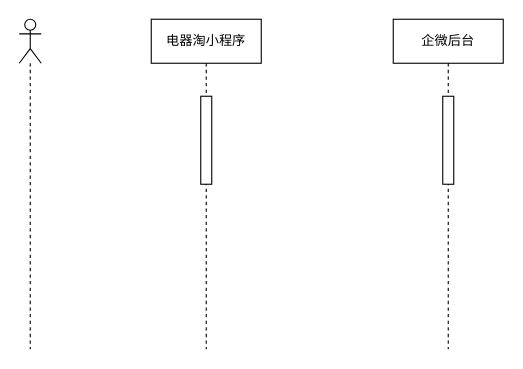
Earlier version of the draw.io diagram 未命名绘图.drawio (codePigPig/diagrams). Source tidied: cells renumbered, new cells numbered last; positions are measured from the earlier drawing's top-left corner, leaving out a move shared by most shapes. Both pictures are drawn from the tidied source at 110%, with x=0, y=0 at pixel (19, 19).
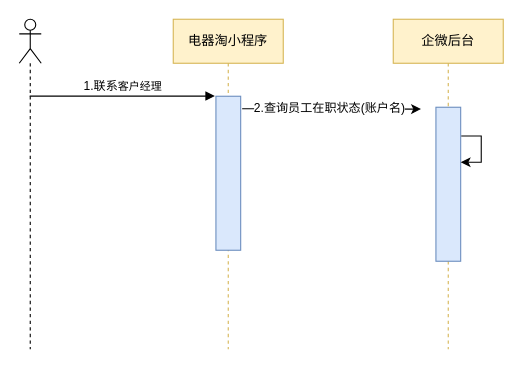
The same page after the edit.

Commit message:
更新未命名绘图.drawio

Change to the diagram source:
```diff
@@
 <mxGraphModel>
   <root>
     <mxCell id="0" />
     <mxCell id="1" parent="0" />
-    <mxCell id="2" value="电器淘小程序" style="shape=umlLifeline;perimeter=lifelinePerimeter;whiteSpace=wrap;html=1;" parent="1" vertex="1">
-      <mxGeometry x="120" width="100" height="300" as="geometry" />
+    <mxCell id="2" value="电器淘小程序" style="shape=umlLifeline;perimeter=lifelinePerimeter;whiteSpace=wrap;html=1;fillColor=#fff2cc;strokeColor=#d6b656;" parent="1" vertex="1">
+      <mxGeometry x="140" width="100" height="300" as="geometry" />
     </mxCell>
-    <mxCell id="3" style="html=1;points=[];perimeter=orthogonalPerimeter;" parent="2" vertex="1">
-      <mxGeometry x="45" y="70" width="10" height="80" as="geometry" />
+    <mxCell id="3" style="html=1;points=[];perimeter=orthogonalPerimeter;fillColor=#dae8fc;strokeColor=#6c8ebf;" parent="2" vertex="1">
+      <mxGeometry x="38.8" y="70" width="22.5" height="140" as="geometry" />
     </mxCell>
-    <mxCell id="4" value="企微后台" style="shape=umlLifeline;perimeter=lifelinePerimeter;whiteSpace=wrap;html=1;" parent="1" vertex="1">
+    <mxCell id="4" value="企微后台" style="shape=umlLifeline;perimeter=lifelinePerimeter;whiteSpace=wrap;html=1;fillColor=#fff2cc;strokeColor=#d6b656;" parent="1" vertex="1">
       <mxGeometry x="340" width="100" height="300" as="geometry" />
     </mxCell>
-    <mxCell id="5" style="html=1;perimeter=orthogonalPerimeter;" parent="4" vertex="1">
-      <mxGeometry x="45" y="70" width="10" height="80" as="geometry" />
-    </mxCell>
+    <mxCell id="7" style="html=1;points=[];perimeter=orthogonalPerimeter;fillColor=#dae8fc;strokeColor=#6c8ebf;" parent="4" vertex="1">
+      <mxGeometry x="38.8" y="80" width="22.5" height="140" as="geometry" />
+    </mxCell>
+    <mxCell id="8" style="edgeStyle=orthogonalEdgeStyle;rounded=0;orthogonalLoop=1;jettySize=auto;html=1;fontFamily=Comic Sans MS;fontSize=11;exitX=1.024;exitY=0.187;exitDx=0;exitDy=0;exitPerimeter=0;" parent="4" edge="1" source="7" target="7">
+      <mxGeometry relative="1" as="geometry">
+        <Array as="points">
+          <mxPoint x="80" y="130" />
+        </Array>
+      </mxGeometry>
+    </mxCell>
     <mxCell id="6" style="shape=umlLifeline;participant=umlActor;perimeter=lifelinePerimeter;whiteSpace=wrap;html=1;verticalAlign=top;spacingTop=36;outlineConnect=0;" parent="1" vertex="1">
       <mxGeometry width="20" height="300" as="geometry" />
     </mxCell>
+    <mxCell id="9" value="1.联系&lt;font style=&quot;font-size: 10px&quot;&gt;客户经理&lt;/font&gt;" style="html=1;verticalAlign=bottom;endArrow=block;rounded=0;entryX=-0.044;entryY=-0.001;entryDx=0;entryDy=0;entryPerimeter=0;" parent="1" edge="1" source="6" target="3">
+      <mxGeometry relative="1" as="geometry" />
+    </mxCell>
+    <mxCell id="10" style="edgeStyle=orthogonalEdgeStyle;rounded=0;jettySize=auto;html=1;entryX=-0.193;entryY=0.017;entryDx=0;entryDy=0;entryPerimeter=0;exitX=1.06;exitY=0.081;exitDx=0;exitDy=0;exitPerimeter=0;" parent="1" edge="1" source="3">
+      <mxGeometry relative="1" as="geometry">
+        <mxPoint x="365.2" y="81.7" as="targetPoint" />
+      </mxGeometry>
+    </mxCell>
+    <mxCell id="11" value="2.查询员工在职状态(账户名)" style="edgeLabel;html=1;align=center;verticalAlign=middle;" parent="10" vertex="1">
+      <mxGeometry x="-0.03" y="1" relative="1" as="geometry" />
+    </mxCell>
   </root>
 </mxGraphModel>
```
